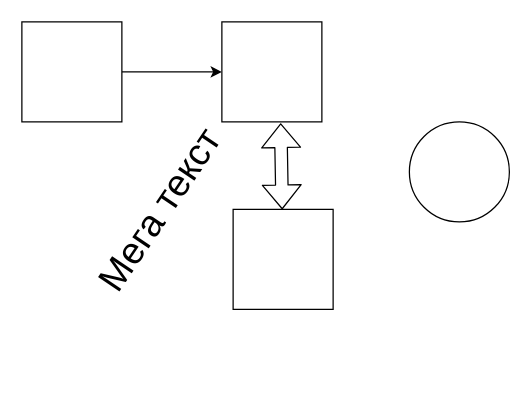
Above: copy_draw.drawio in DmitriyBoon/WorkSolutions (draw.io), before the change. Source tidied: cells renumbered, new cells numbered last; positions are measured from the earlier drawing's top-left corner, leaving out a move shared by most shapes. Both pictures are drawn from the tidied source at 125%, with x=0, y=0 at pixel (-29, 21).
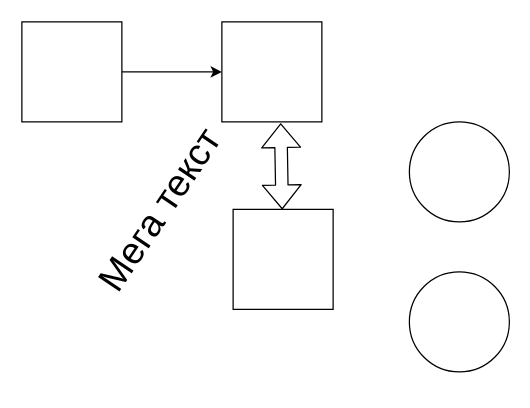
The same page after the edit.

Change to the diagram source:
```diff
@@
 <mxGraphModel>
   <root>
     <mxCell id="0" />
     <mxCell id="1" parent="0" />
     <mxCell id="2" style="edgeStyle=orthogonalEdgeStyle;rounded=0;jettySize=auto;html=1;" parent="1" edge="1" source="3" target="4">
       <mxGeometry relative="1" as="geometry" />
     </mxCell>
     <mxCell id="3" style="whiteSpace=wrap;html=1;" parent="1" vertex="1">
       <mxGeometry x="40" width="80" height="80" as="geometry" />
     </mxCell>
     <mxCell id="4" style="whiteSpace=wrap;html=1;" parent="1" vertex="1">
       <mxGeometry x="200" width="80" height="80" as="geometry" />
     </mxCell>
     <mxCell id="5" style="whiteSpace=wrap;html=1;" parent="1" vertex="1">
       <mxGeometry x="209" y="150" width="80" height="80" as="geometry" />
     </mxCell>
     <mxCell id="6" style="shape=flexArrow;endArrow=classic;startArrow=classic;html=1;entryX=0.588;entryY=1.013;entryDx=0;entryDy=0;entryPerimeter=0;" parent="1" edge="1" source="5" target="4">
       <mxGeometry relative="1" as="geometry" />
     </mxCell>
     <mxCell id="7" value="&lt;font style=&quot;font-size: 30px&quot;&gt;Мега текст&lt;/font&gt;" style="text;html=1;strokeColor=none;fillColor=none;align=center;verticalAlign=middle;whiteSpace=wrap;rounded=0;rotation=-56;" parent="1" vertex="1">
       <mxGeometry y="120" width="300" height="60" as="geometry" />
     </mxCell>
     <mxCell id="8" style="ellipse;whiteSpace=wrap;html=1;" parent="1" vertex="1">
       <mxGeometry x="350" y="80" width="80" height="80" as="geometry" />
     </mxCell>
+    <mxCell id="9" style="ellipse;whiteSpace=wrap;html=1;" parent="1" vertex="1">
+      <mxGeometry x="350" y="200" width="80" height="80" as="geometry" />
+    </mxCell>
   </root>
 </mxGraphModel>
```
